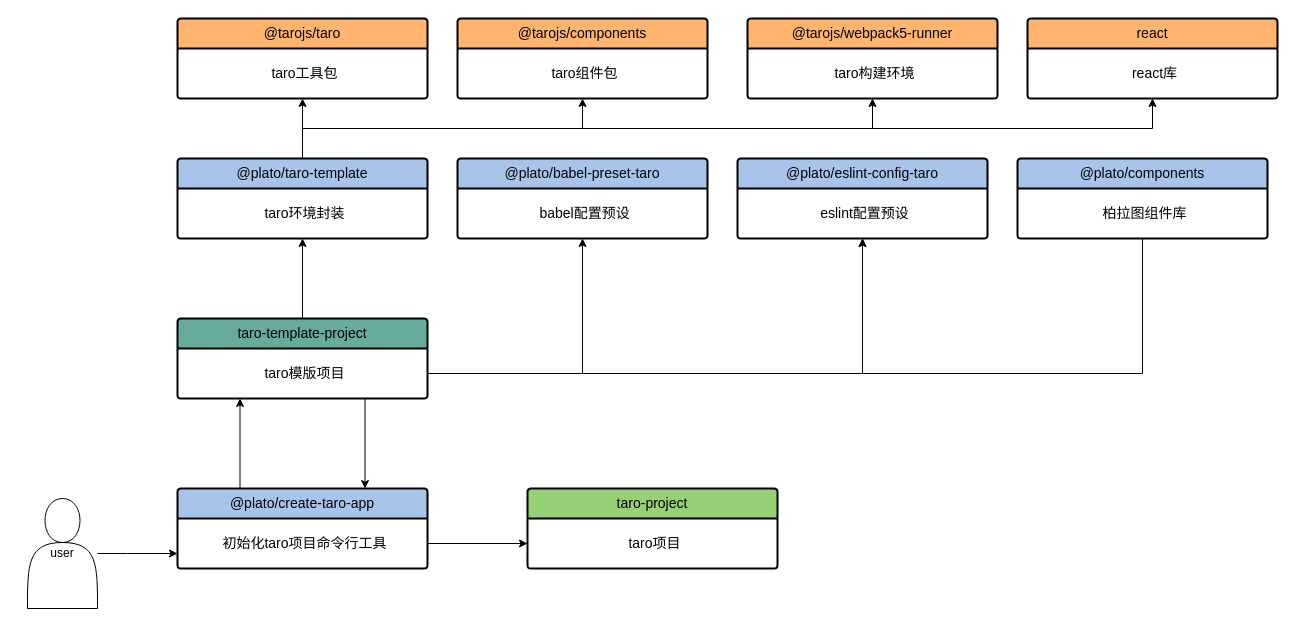
Before: 模版关系图.drawio in baosiqing/draw, a draw.io diagram. Source tidied: cells renumbered, new cells numbered last; positions are measured from the earlier drawing's top-left corner, leaving out a move shared by most shapes. Both pictures are drawn from the tidied source at 100%, with x=0, y=0 at pixel (27, 18).
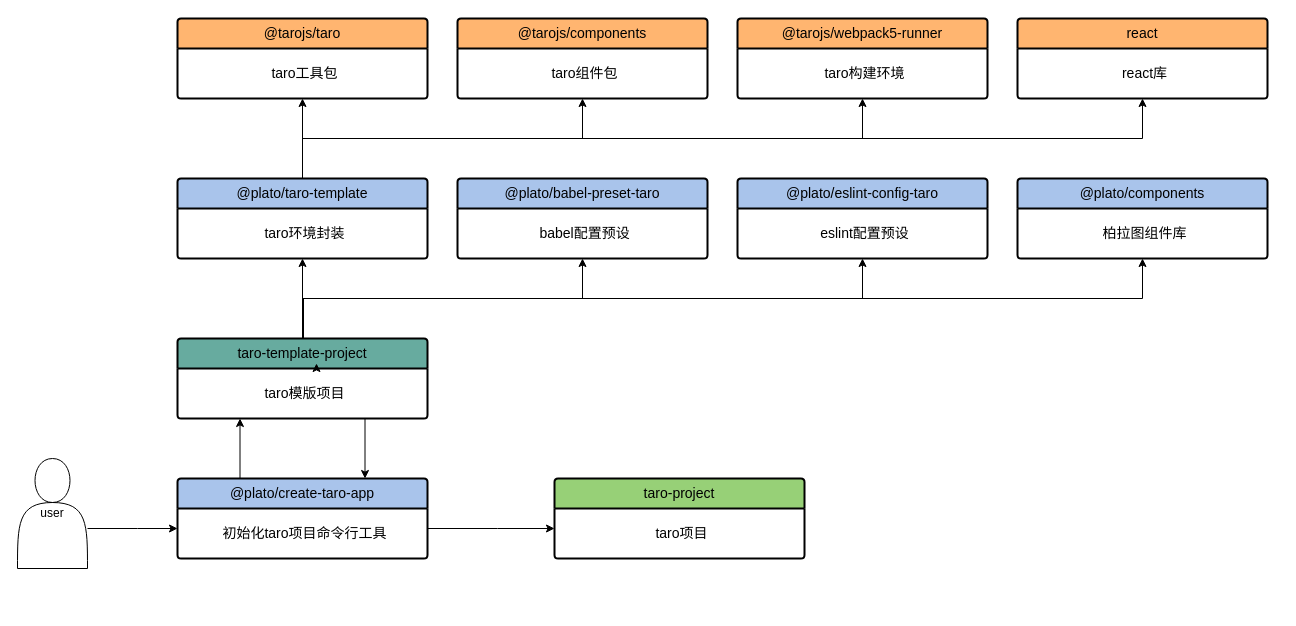
The same page after the edit.

Commit message (it also covers changes not shown here):
更新模版关系图.drawio

Unchanged cells that the change refers to:
```xml
<mxCell id="3" value="&lt;div style=&quot;&quot;&gt;&lt;span style=&quot;background-color: initial; font-size: 14px;&quot;&gt;babel配置预设&lt;/span&gt;&lt;/div&gt;" style="align=center;strokeColor=none;fillColor=none;spacingLeft=4;fontSize=12;verticalAlign=middle;html=1;" parent="2" vertex="1">
  <mxGeometry y="30" width="250" height="50" as="geometry" />
</mxCell>
<mxCell id="5" value="&lt;div style=&quot;&quot;&gt;&lt;span style=&quot;background-color: initial; font-size: 14px;&quot;&gt;eslint配置预设&lt;/span&gt;&lt;/div&gt;" style="align=center;strokeColor=none;fillColor=none;spacingLeft=4;fontSize=12;verticalAlign=middle;html=1;" parent="4" vertex="1">
  <mxGeometry y="30" width="250" height="50" as="geometry" />
</mxCell>
<mxCell id="11" value="&lt;div style=&quot;&quot;&gt;&lt;span style=&quot;background-color: initial; font-size: 14px;&quot;&gt;taro环境封装&lt;/span&gt;&lt;/div&gt;" style="align=center;strokeColor=none;fillColor=none;spacingLeft=4;fontSize=12;verticalAlign=middle;html=1;" parent="10" vertex="1">
  <mxGeometry y="30" width="250" height="50" as="geometry" />
</mxCell>
<mxCell id="13" value="&lt;div style=&quot;&quot;&gt;&lt;span style=&quot;font-size: 14px;&quot;&gt;初始化taro项目命令行工具&lt;/span&gt;&lt;/div&gt;" style="align=center;strokeColor=none;fillColor=none;spacingLeft=4;fontSize=12;verticalAlign=middle;html=1;" parent="12" vertex="1">
  <mxGeometry y="30" width="250" height="50" as="geometry" />
</mxCell>
<mxCell id="19" value="&lt;div style=&quot;&quot;&gt;&lt;span style=&quot;background-color: initial; font-size: 14px;&quot;&gt;taro模版项目&lt;/span&gt;&lt;/div&gt;" style="align=center;strokeColor=none;fillColor=none;spacingLeft=4;fontSize=12;verticalAlign=middle;html=1;" parent="18" vertex="1">
  <mxGeometry y="30" width="250" height="50" as="geometry" />
</mxCell>
<mxCell id="27" value="&lt;div style=&quot;&quot;&gt;&lt;span style=&quot;background-color: initial; font-size: 14px;&quot;&gt;taro项目&lt;/span&gt;&lt;/div&gt;" style="align=center;strokeColor=none;fillColor=none;spacingLeft=4;fontSize=12;verticalAlign=middle;html=1;" parent="26" vertex="1">
  <mxGeometry y="30" width="250" height="50" as="geometry" />
</mxCell>
<mxCell id="34" value="&lt;div style=&quot;&quot;&gt;&lt;span style=&quot;background-color: initial; font-size: 14px;&quot;&gt;柏拉图组件库&lt;/span&gt;&lt;/div&gt;" style="align=center;strokeColor=none;fillColor=none;spacingLeft=4;fontSize=12;verticalAlign=middle;html=1;" parent="33" vertex="1">
  <mxGeometry y="30" width="250" height="50" as="geometry" />
</mxCell>
```

The edit, as a diff of the source:
```diff
@@
     <mxCell id="2" value="@plato/babel-preset-taro" style="swimlane;horizontal=1;startSize=30;rounded=1;fontSize=14;fontStyle=0;strokeWidth=2;shadow=0;dashed=0;align=center;arcSize=4;whiteSpace=wrap;html=1;fillColor=#A9C4EB;" parent="1" vertex="1">
-      <mxGeometry x="430" y="140" width="250" height="80" as="geometry" />
+      <mxGeometry x="430" y="160" width="250" height="80" as="geometry" />
     </mxCell>
@@
     <mxCell id="4" value="@plato/eslint-config-taro" style="swimlane;horizontal=1;startSize=30;rounded=1;fontSize=14;fontStyle=0;strokeWidth=2;shadow=0;dashed=0;align=center;arcSize=4;whiteSpace=wrap;html=1;fillColor=#A9C4EB;" parent="1" vertex="1">
-      <mxGeometry x="710" y="140" width="250" height="80" as="geometry" />
+      <mxGeometry x="710" y="160" width="250" height="80" as="geometry" />
     </mxCell>
@@
     <mxCell id="10" value="@plato/taro-template" style="swimlane;horizontal=1;startSize=30;rounded=1;fontSize=14;fontStyle=0;strokeWidth=2;shadow=0;dashed=0;align=center;arcSize=4;whiteSpace=wrap;html=1;fillColor=#A9C4EB;" parent="1" vertex="1">
-      <mxGeometry x="150" y="140" width="250" height="80" as="geometry" />
+      <mxGeometry x="150" y="160" width="250" height="80" as="geometry" />
     </mxCell>
@@
     <mxCell id="12" value="@plato/create-taro-app" style="swimlane;horizontal=1;startSize=30;rounded=1;fontSize=14;fontStyle=0;strokeWidth=2;shadow=0;dashed=0;align=center;arcSize=4;whiteSpace=wrap;html=1;fillColor=#A9C4EB;" parent="1" vertex="1">
-      <mxGeometry x="150" y="470" width="250" height="80" as="geometry" />
+      <mxGeometry x="150" y="460" width="250" height="80" as="geometry" />
     </mxCell>
@@
-    <mxCell id="17" style="edgeStyle=orthogonalEdgeStyle;rounded=0;jettySize=auto;html=1;" parent="1" edge="1" source="18" target="11">
-      <mxGeometry relative="1" as="geometry" />
+    <mxCell id="17" style="edgeStyle=orthogonalEdgeStyle;rounded=0;jettySize=auto;html=1;" parent="1" edge="1" target="11">
+      <mxGeometry relative="1" as="geometry">
+        <mxPoint x="275" y="320" as="sourcePoint" />
+        <Array as="points">
+          <mxPoint x="276" y="320" />
+          <mxPoint x="276" y="280" />
+          <mxPoint x="275" y="280" />
+        </Array>
+      </mxGeometry>
     </mxCell>
+    <mxCell id="40" style="edgeStyle=orthogonalEdgeStyle;rounded=0;jettySize=auto;html=1;exitX=0.5;exitY=0;exitDx=0;exitDy=0;entryX=0.5;entryY=1;entryDx=0;entryDy=0;" parent="1" edge="1" target="3">
+      <mxGeometry relative="1" as="geometry">
+        <mxPoint x="275" y="320" as="sourcePoint" />
+        <Array as="points">
+          <mxPoint x="275" y="280" />
+          <mxPoint x="555" y="280" />
+        </Array>
+      </mxGeometry>
+    </mxCell>
+    <mxCell id="41" style="edgeStyle=orthogonalEdgeStyle;rounded=0;jettySize=auto;html=1;exitX=0.5;exitY=0;exitDx=0;exitDy=0;entryX=0.5;entryY=1;entryDx=0;entryDy=0;" parent="1" edge="1" target="5">
+      <mxGeometry relative="1" as="geometry">
+        <mxPoint x="275" y="320" as="sourcePoint" />
+        <Array as="points">
+          <mxPoint x="275" y="280" />
+          <mxPoint x="835" y="280" />
+        </Array>
+      </mxGeometry>
+    </mxCell>
+    <mxCell id="42" style="edgeStyle=orthogonalEdgeStyle;rounded=0;jettySize=auto;html=1;exitX=0.5;exitY=0;exitDx=0;exitDy=0;entryX=0.5;entryY=1;entryDx=0;entryDy=0;" parent="1" edge="1" target="34">
+      <mxGeometry relative="1" as="geometry">
+        <mxPoint x="275" y="320" as="sourcePoint" />
+        <Array as="points">
+          <mxPoint x="275" y="280" />
+          <mxPoint x="1115" y="280" />
+        </Array>
+      </mxGeometry>
+    </mxCell>
     <mxCell id="18" value="taro-template-project" style="swimlane;horizontal=1;startSize=30;rounded=1;fontSize=14;fontStyle=0;strokeWidth=2;shadow=0;dashed=0;align=center;arcSize=4;whiteSpace=wrap;html=1;fillColor=#67AB9F;" parent="1" vertex="1">
-      <mxGeometry x="150" y="300" width="250" height="80" as="geometry" />
+      <mxGeometry x="150" y="320" width="250" height="80" as="geometry" />
     </mxCell>
@@
+    <mxCell id="43" style="edgeStyle=orthogonalEdgeStyle;rounded=0;orthogonalLoop=1;jettySize=auto;html=1;exitX=0.5;exitY=0;exitDx=0;exitDy=0;entryX=0.556;entryY=-0.1;entryDx=0;entryDy=0;entryPerimeter=0;" parent="18" edge="1" source="19" target="19">
+      <mxGeometry relative="1" as="geometry" />
+    </mxCell>
@@
-    <mxCell id="22" style="edgeStyle=orthogonalEdgeStyle;rounded=0;jettySize=auto;html=1;exitX=1;exitY=0.25;exitDx=0;exitDy=0;entryX=0.5;entryY=1;entryDx=0;entryDy=0;" parent="1" edge="1" source="19" target="3">
-      <mxGeometry relative="1" as="geometry">
-        <Array as="points">
-          <mxPoint x="400" y="355" />
-          <mxPoint x="555" y="355" />
-        </Array>
-      </mxGeometry>
-    </mxCell>
-    <mxCell id="23" style="edgeStyle=orthogonalEdgeStyle;rounded=0;jettySize=auto;html=1;exitX=1;exitY=0.5;exitDx=0;exitDy=0;entryX=0.5;entryY=1;entryDx=0;entryDy=0;" parent="1" edge="1" source="19" target="5">
-      <mxGeometry relative="1" as="geometry">
-        <Array as="points">
-          <mxPoint x="835" y="355" />
-        </Array>
-      </mxGeometry>
-    </mxCell>
     <mxCell id="24" style="edgeStyle=orthogonalEdgeStyle;rounded=0;jettySize=auto;html=1;" parent="1" edge="1" source="25" target="13">
       <mxGeometry relative="1" as="geometry">
         <Array as="points">
-          <mxPoint x="100" y="535" />
-          <mxPoint x="100" y="535" />
+          <mxPoint x="110" y="510" />
+          <mxPoint x="110" y="510" />
         </Array>
       </mxGeometry>
     </mxCell>
     <mxCell id="25" value="user" style="shape=actor;whiteSpace=wrap;html=1;" parent="1" vertex="1">
-      <mxGeometry y="480" width="70" height="110" as="geometry" />
+      <mxGeometry x="-10" y="440" width="70" height="110" as="geometry" />
     </mxCell>
     <mxCell id="26" value="taro-project" style="swimlane;horizontal=1;startSize=30;rounded=1;fontSize=14;fontStyle=0;strokeWidth=2;shadow=0;dashed=0;align=center;arcSize=4;whiteSpace=wrap;html=1;fillColor=#97D077;" parent="1" vertex="1">
-      <mxGeometry x="500" y="470" width="250" height="80" as="geometry" />
+      <mxGeometry x="527" y="460" width="250" height="80" as="geometry" />
     </mxCell>
@@
-    <mxCell id="28" style="edgeStyle=orthogonalEdgeStyle;rounded=0;jettySize=auto;html=1;" parent="1" edge="1" source="13" target="27">
-      <mxGeometry relative="1" as="geometry" />
+    <mxCell id="28" style="edgeStyle=orthogonalEdgeStyle;rounded=0;jettySize=auto;html=1;strokeWidth=1;" parent="1" edge="1" source="13" target="27">
+      <mxGeometry relative="1" as="geometry">
+        <Array as="points">
+          <mxPoint x="470" y="510" />
+          <mxPoint x="470" y="510" />
+        </Array>
+      </mxGeometry>
     </mxCell>
@@
     <mxCell id="33" value="@plato/components" style="swimlane;horizontal=1;startSize=30;rounded=1;fontSize=14;fontStyle=0;strokeWidth=2;shadow=0;dashed=0;align=center;arcSize=4;whiteSpace=wrap;html=1;fillColor=#A9C4EB;" parent="1" vertex="1">
-      <mxGeometry x="990" y="140" width="250" height="80" as="geometry" />
+      <mxGeometry x="990" y="160" width="250" height="80" as="geometry" />
     </mxCell>
@@
-    <mxCell id="35" style="edgeStyle=orthogonalEdgeStyle;rounded=0;jettySize=auto;html=1;exitX=0.5;exitY=1;exitDx=0;exitDy=0;entryX=0.5;entryY=1;entryDx=0;entryDy=0;" parent="1" edge="1" source="34" target="5">
-      <mxGeometry relative="1" as="geometry">
-        <Array as="points">
-          <mxPoint x="1115" y="355" />
-          <mxPoint x="835" y="355" />
-        </Array>
-      </mxGeometry>
-    </mxCell>
     <mxCell id="36" value="@tarojs/webpack5-runner" style="swimlane;horizontal=1;startSize=30;rounded=1;fontSize=14;fontStyle=0;strokeWidth=2;shadow=0;dashed=0;align=center;arcSize=4;whiteSpace=wrap;html=1;fillColor=#FFB570;" parent="1" vertex="1">
-      <mxGeometry x="720" width="250" height="80" as="geometry" />
+      <mxGeometry x="710" width="250" height="80" as="geometry" />
     </mxCell>
@@
     <mxCell id="38" value="react" style="swimlane;horizontal=1;startSize=30;rounded=1;fontSize=14;fontStyle=0;strokeWidth=2;shadow=0;dashed=0;align=center;arcSize=4;whiteSpace=wrap;html=1;fillColor=#FFB570;" parent="1" vertex="1">
-      <mxGeometry x="1000" width="250" height="80" as="geometry" />
+      <mxGeometry x="990" width="250" height="80" as="geometry" />
     </mxCell>
```
